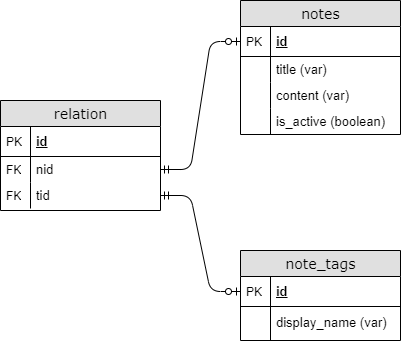
weichi1021/full-stack-todolist keeps this draw.io diagram as assets/image/NotesERD.png. Above is the earlier version. Source tidied: cells renumbered, new cells last; positions are measured from the earlier drawing's top-left corner, leaving out a move shared by most shapes. The source it was exported from:
```xml
<mxGraphModel background="#ffffff">
  <root>
    <mxCell id="0" />
    <mxCell id="1" parent="0" />
    <mxCell id="2" value="note_tags" style="swimlane;html=1;fontStyle=0;horizontal=1;startSize=26;fillColor=#e0e0e0;swimlaneFillColor=#ffffff;align=center;rounded=0;shadow=0;comic=0;labelBackgroundColor=none;strokeWidth=1;fontFamily=Verdana;fontSize=14;swimlaneLine=1;" parent="1" vertex="1">
      <mxGeometry x="240" y="250" width="160" height="90" as="geometry" />
    </mxCell>
    <mxCell id="3" value="&lt;font style=&quot;font-size: 13px&quot;&gt;id&lt;/font&gt;" style="shape=partialRectangle;top=0;left=0;right=0;bottom=1;html=1;align=left;verticalAlign=middle;fillColor=none;spacingLeft=34;spacingRight=4;whiteSpace=wrap;overflow=hidden;points=[[0,0.5],[1,0.5]];portConstraint=eastwest;fontStyle=5;" parent="2" vertex="1">
      <mxGeometry y="26" width="160" height="30" as="geometry" />
    </mxCell>
    <mxCell id="4" value="PK" style="shape=partialRectangle;top=0;left=0;bottom=0;html=1;fillColor=none;align=left;verticalAlign=middle;spacingLeft=4;spacingRight=4;whiteSpace=wrap;overflow=hidden;" parent="3" vertex="1">
      <mxGeometry width="30" height="30" as="geometry" />
    </mxCell>
    <mxCell id="5" value="&lt;font style=&quot;font-size: 13px ; line-height: 150%&quot;&gt;display_name (var)&lt;/font&gt;" style="shape=partialRectangle;top=0;left=0;right=0;bottom=0;html=1;align=left;verticalAlign=top;fillColor=none;spacingLeft=34;spacingRight=4;whiteSpace=wrap;overflow=hidden;perimeterSpacing=0;" parent="2" vertex="1">
      <mxGeometry y="56" width="160" height="34" as="geometry" />
    </mxCell>
    <mxCell id="6" style="shape=partialRectangle;top=0;left=0;bottom=0;html=1;fillColor=none;align=left;verticalAlign=top;spacingLeft=4;spacingRight=4;whiteSpace=wrap;overflow=hidden;" parent="5" vertex="1">
      <mxGeometry width="30" height="34" as="geometry" />
    </mxCell>
    <mxCell id="7" value="relation" style="swimlane;html=1;fontStyle=0;horizontal=1;startSize=26;fillColor=#e0e0e0;swimlaneFillColor=#ffffff;align=center;rounded=0;shadow=0;comic=0;labelBackgroundColor=none;strokeWidth=1;fontFamily=Verdana;fontSize=14;" parent="1" vertex="1">
      <mxGeometry y="100" width="160" height="110" as="geometry" />
    </mxCell>
    <mxCell id="8" value="&lt;font style=&quot;font-size: 13px&quot;&gt;id&lt;/font&gt;" style="shape=partialRectangle;top=0;left=0;right=0;bottom=1;html=1;align=left;verticalAlign=middle;fillColor=none;spacingLeft=34;spacingRight=4;whiteSpace=wrap;overflow=hidden;fontStyle=5;" parent="7" vertex="1">
      <mxGeometry y="26" width="160" height="30" as="geometry" />
    </mxCell>
    <mxCell id="9" value="PK" style="shape=partialRectangle;top=0;left=0;bottom=0;html=1;fillColor=none;align=left;verticalAlign=middle;spacingLeft=4;spacingRight=4;whiteSpace=wrap;overflow=hidden;" parent="8" vertex="1">
      <mxGeometry width="30" height="30" as="geometry" />
    </mxCell>
    <mxCell id="10" value="&lt;font style=&quot;font-size: 13px ; line-height: 100%&quot;&gt;nid&lt;/font&gt;" style="shape=partialRectangle;top=0;left=0;right=0;bottom=0;html=1;align=left;verticalAlign=top;fillColor=none;spacingLeft=34;spacingRight=4;whiteSpace=wrap;overflow=hidden;points=[[0,0.5],[1,0.5]];portConstraint=eastwest;" parent="7" vertex="1">
      <mxGeometry y="56" width="160" height="26" as="geometry" />
    </mxCell>
    <mxCell id="11" value="FK&lt;br&gt;" style="shape=partialRectangle;top=0;left=0;bottom=0;html=1;fillColor=none;align=left;verticalAlign=top;spacingLeft=4;spacingRight=4;whiteSpace=wrap;overflow=hidden;" parent="10" vertex="1">
      <mxGeometry width="30" height="26" as="geometry" />
    </mxCell>
    <mxCell id="12" value="&lt;font style=&quot;font-size: 13px ; line-height: 100%&quot;&gt;tid&lt;/font&gt;" style="shape=partialRectangle;top=0;left=0;right=0;bottom=0;html=1;align=left;verticalAlign=top;fillColor=none;spacingLeft=34;spacingRight=4;whiteSpace=wrap;overflow=hidden;points=[[0,0.5],[1,0.5]];portConstraint=eastwest;" parent="7" vertex="1">
      <mxGeometry y="82" width="160" height="26" as="geometry" />
    </mxCell>
    <mxCell id="13" value="FK" style="shape=partialRectangle;top=0;left=0;bottom=0;html=1;fillColor=none;align=left;verticalAlign=top;spacingLeft=4;spacingRight=4;whiteSpace=wrap;overflow=hidden;" parent="12" vertex="1">
      <mxGeometry width="30" height="26" as="geometry" />
    </mxCell>
    <mxCell id="14" value="notes" style="swimlane;html=1;fontStyle=0;horizontal=1;startSize=26;fillColor=#e0e0e0;swimlaneFillColor=#ffffff;align=center;rounded=0;shadow=0;comic=0;labelBackgroundColor=none;strokeWidth=1;fontFamily=Verdana;fontSize=14;" parent="1" vertex="1">
      <mxGeometry x="240" width="160" height="134" as="geometry" />
    </mxCell>
    <mxCell id="15" value="&lt;font style=&quot;font-size: 13px&quot;&gt;id&lt;/font&gt;" style="shape=partialRectangle;top=0;left=0;right=0;bottom=1;html=1;align=left;verticalAlign=middle;fillColor=none;spacingLeft=34;spacingRight=4;whiteSpace=wrap;overflow=hidden;points=[[0,0.5],[1,0.5]];portConstraint=eastwest;fontStyle=5;" parent="14" vertex="1">
      <mxGeometry y="26" width="160" height="30" as="geometry" />
    </mxCell>
    <mxCell id="16" value="PK" style="shape=partialRectangle;top=0;left=0;bottom=0;html=1;fillColor=none;align=left;verticalAlign=middle;spacingLeft=4;spacingRight=4;whiteSpace=wrap;overflow=hidden;" parent="15" vertex="1">
      <mxGeometry width="30" height="30" as="geometry" />
    </mxCell>
    <mxCell id="17" value="&lt;font style=&quot;font-size: 13px ; line-height: 100%&quot;&gt;title (var)&lt;/font&gt;" style="shape=partialRectangle;top=0;left=0;right=0;bottom=0;html=1;align=left;verticalAlign=top;fillColor=none;spacingLeft=34;spacingRight=4;whiteSpace=wrap;overflow=hidden;" parent="14" vertex="1">
      <mxGeometry y="56" width="160" height="26" as="geometry" />
    </mxCell>
    <mxCell id="18" style="shape=partialRectangle;top=0;left=0;bottom=0;html=1;fillColor=none;align=left;verticalAlign=top;spacingLeft=4;spacingRight=4;whiteSpace=wrap;overflow=hidden;" parent="17" vertex="1">
      <mxGeometry width="30" height="26" as="geometry" />
    </mxCell>
    <mxCell id="19" value="&lt;font style=&quot;line-height: 100% ; font-size: 13px&quot;&gt;content (var)&lt;/font&gt;" style="shape=partialRectangle;top=0;left=0;right=0;bottom=0;html=1;align=left;verticalAlign=top;fillColor=none;spacingLeft=34;spacingRight=4;whiteSpace=wrap;overflow=hidden;" parent="14" vertex="1">
      <mxGeometry y="82" width="160" height="26" as="geometry" />
    </mxCell>
    <mxCell id="20" style="shape=partialRectangle;top=0;left=0;bottom=0;html=1;fillColor=none;align=left;verticalAlign=top;spacingLeft=4;spacingRight=4;whiteSpace=wrap;overflow=hidden;" parent="19" vertex="1">
      <mxGeometry width="30" height="26" as="geometry" />
    </mxCell>
    <mxCell id="21" value="&lt;font style=&quot;line-height: 100% ; font-size: 13px&quot;&gt;is_active (boolean)&lt;/font&gt;" style="shape=partialRectangle;top=0;left=0;right=0;bottom=0;html=1;align=left;verticalAlign=top;fillColor=none;spacingLeft=34;spacingRight=4;whiteSpace=wrap;overflow=hidden;" parent="14" vertex="1">
      <mxGeometry y="108" width="160" height="26" as="geometry" />
    </mxCell>
    <mxCell id="22" style="shape=partialRectangle;top=0;left=0;bottom=0;html=1;fillColor=none;align=left;verticalAlign=top;spacingLeft=4;spacingRight=4;whiteSpace=wrap;overflow=hidden;" parent="21" vertex="1">
      <mxGeometry width="30" height="26" as="geometry" />
    </mxCell>
    <mxCell id="23" style="edgeStyle=entityRelationEdgeStyle;html=1;endArrow=ERzeroToOne;startArrow=ERmandOne;labelBackgroundColor=none;fontFamily=Verdana;fontSize=14;exitX=1;exitY=0.5;entryX=0;entryY=0.5;exitDx=0;exitDy=0;entryDx=0;entryDy=0;" parent="1" edge="1" source="10" target="15">
      <mxGeometry relative="1" as="geometry" />
    </mxCell>
    <mxCell id="24" style="edgeStyle=entityRelationEdgeStyle;html=1;endArrow=ERzeroToOne;startArrow=ERmandOne;labelBackgroundColor=none;fontFamily=Verdana;fontSize=14;exitX=1;exitY=0.5;entryX=0;entryY=0.5;exitDx=0;exitDy=0;entryDx=0;entryDy=0;" parent="1" edge="1" source="12" target="3">
      <mxGeometry relative="1" as="geometry" />
    </mxCell>
  </root>
</mxGraphModel>
```
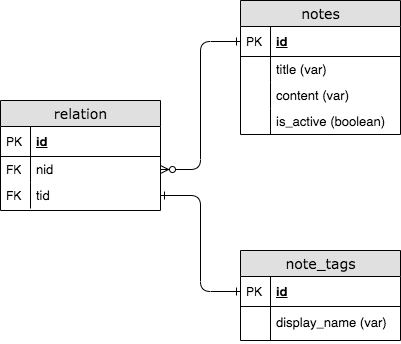
The same diagram one commit later.

The edit, as a diff of the source:
```diff
@@ -65,10 +65,10 @@
     <mxCell id="22" style="shape=partialRectangle;top=0;left=0;bottom=0;html=1;fillColor=none;align=left;verticalAlign=top;spacingLeft=4;spacingRight=4;whiteSpace=wrap;overflow=hidden;" parent="21" vertex="1">
       <mxGeometry width="30" height="26" as="geometry" />
     </mxCell>
-    <mxCell id="23" style="edgeStyle=entityRelationEdgeStyle;html=1;endArrow=ERzeroToOne;startArrow=ERmandOne;labelBackgroundColor=none;fontFamily=Verdana;fontSize=14;exitX=1;exitY=0.5;entryX=0;entryY=0.5;exitDx=0;exitDy=0;entryDx=0;entryDy=0;" parent="1" edge="1" source="10" target="15">
+    <mxCell id="23" style="edgeStyle=orthogonalEdgeStyle;jettySize=auto;html=1;exitX=0;exitY=0.5;exitDx=0;exitDy=0;startArrow=ERone;startFill=0;endArrow=ERzeroToMany;endFill=1;entryX=1;entryY=0.5;entryDx=0;entryDy=0;rounded=1;" parent="1" edge="1" source="15" target="10">
       <mxGeometry relative="1" as="geometry" />
     </mxCell>
-    <mxCell id="24" style="edgeStyle=entityRelationEdgeStyle;html=1;endArrow=ERzeroToOne;startArrow=ERmandOne;labelBackgroundColor=none;fontFamily=Verdana;fontSize=14;exitX=1;exitY=0.5;entryX=0;entryY=0.5;exitDx=0;exitDy=0;entryDx=0;entryDy=0;" parent="1" edge="1" source="12" target="3">
+    <mxCell id="24" style="edgeStyle=orthogonalEdgeStyle;rounded=1;jettySize=auto;html=1;exitX=1;exitY=0.5;exitDx=0;exitDy=0;entryX=0;entryY=0.5;entryDx=0;entryDy=0;startArrow=ERone;startFill=0;endArrow=ERone;endFill=0;" parent="1" edge="1" source="12" target="3">
       <mxGeometry relative="1" as="geometry" />
     </mxCell>
   </root>
```
